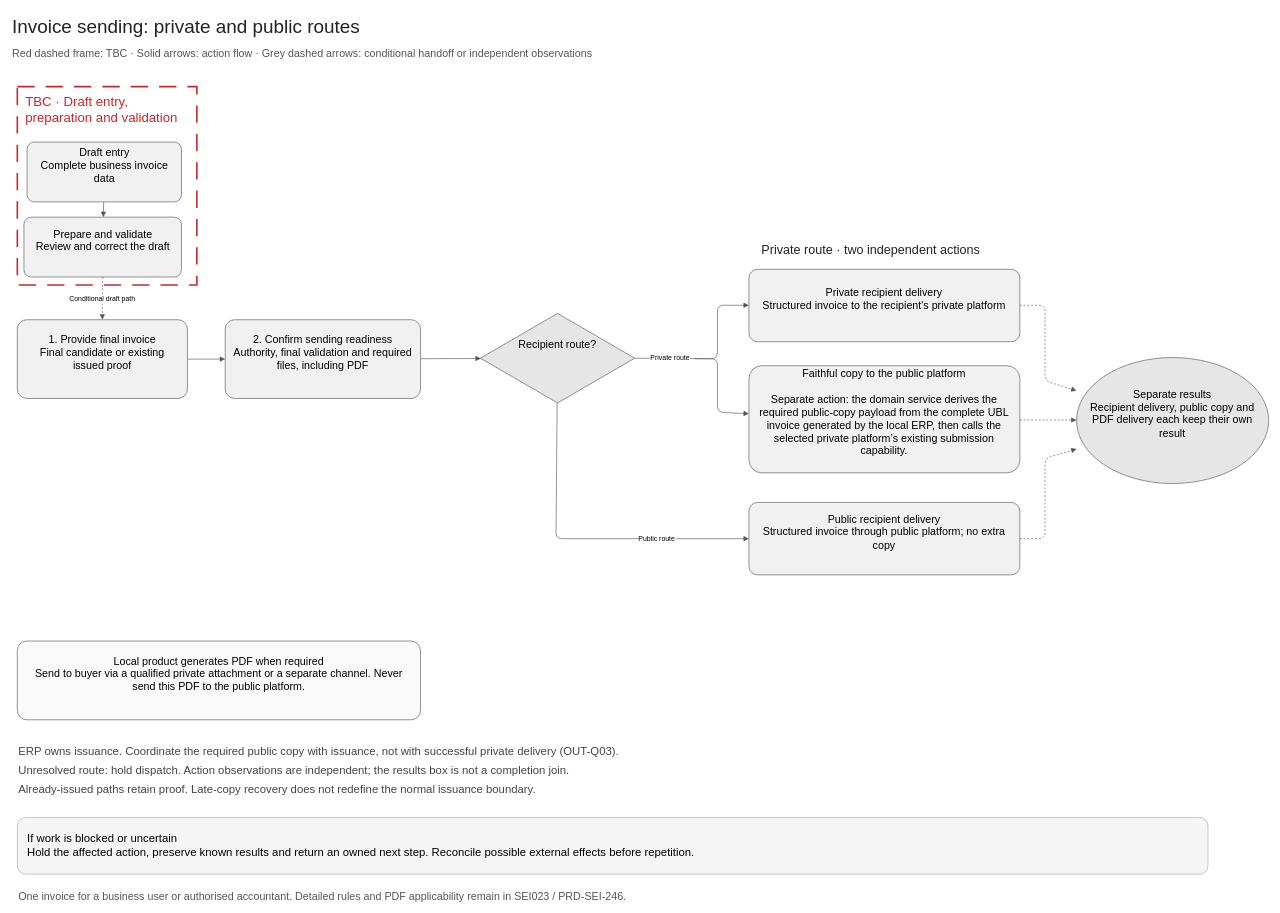
Earlier version of the draw.io diagram assets/diagrams/invoice-sending-end-to-end-workflow.drawio (jiaxinhe0709/pm_second_brain). Source tidied: cells renumbered, new cells numbered last; positions are measured from the earlier drawing's top-left corner, leaving out a move shared by most shapes. Both pictures are drawn from the tidied source at 63%, with x=0, y=0 at pixel (11, 11).
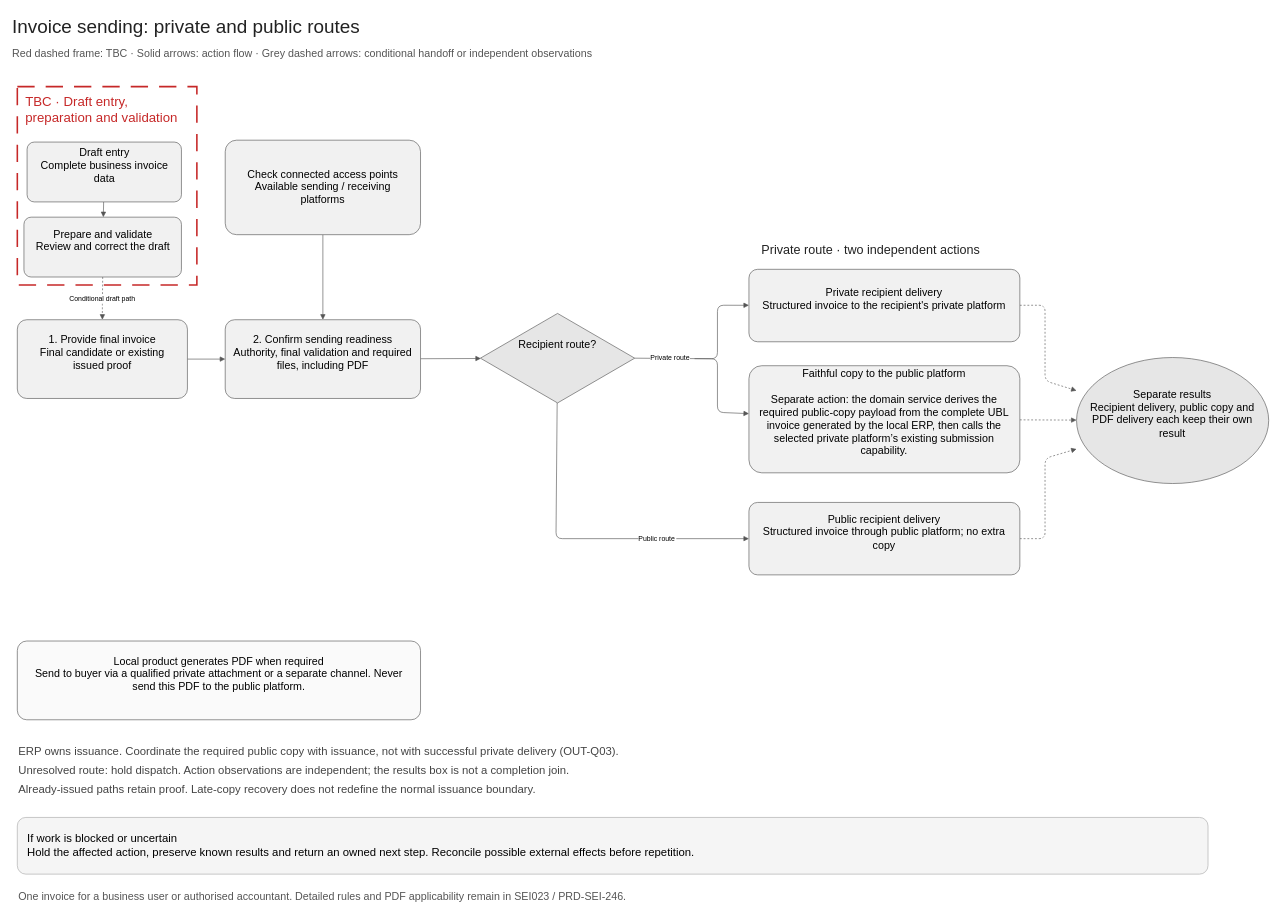
After the change.

Unchanged cells that the change refers to:
```xml
<mxCell id="21" value="2. Confirm sending readiness&#10;Authority, final validation and required files, including PDF&#10;" style="rounded=1;arcSize=12;whiteSpace=wrap;html=0;fontSize=17;spacing=12;fillColor=#f1f1f1;strokeColor=#555555;" parent="1" vertex="1">
  <mxGeometry x="340" y="490" width="310" height="125" as="geometry" />
</mxCell>
```

Diff of the diagram source:
```diff
@@
+    <mxCell id="33" style="edgeStyle=none;strokeColor=#555555;endArrow=block;exitX=0.5;exitY=1;entryX=0.5;entryY=0;" parent="1" edge="1" source="34" target="21">
+      <mxGeometry relative="1" as="geometry" />
+    </mxCell>
+    <mxCell id="34" value="Check connected access points&#10;Available sending / receiving platforms" style="rounded=1;arcSize=12;whiteSpace=wrap;html=0;fontSize=17;spacing=12;fillColor=#f1f1f1;strokeColor=#555555;" parent="1" vertex="1">
+      <mxGeometry x="340" y="205" width="310" height="150" as="geometry" />
+    </mxCell>
```
